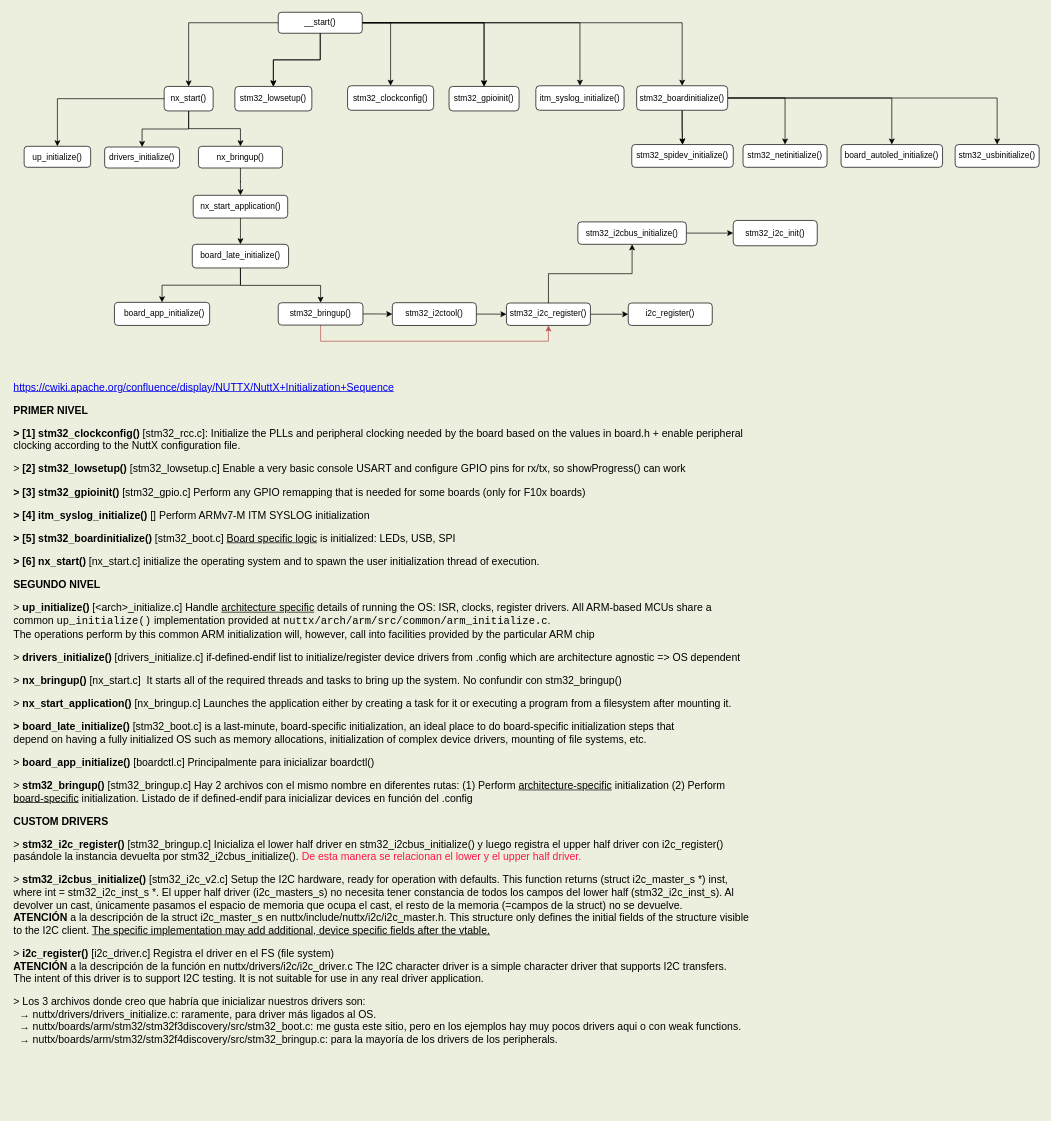
Earlier version of the draw.io diagram page "Initialization Sequence" (6 of 6) of NuttxDriversSchema.drawio (rentzboy/nuttx). Source tidied: cells renumbered, new cells numbered last; positions are measured from the earlier drawing's top-left corner, leaving out a move shared by most shapes. Both pictures are drawn from the tidied source at 70%, with x=0, y=0 at pixel (12, 12).
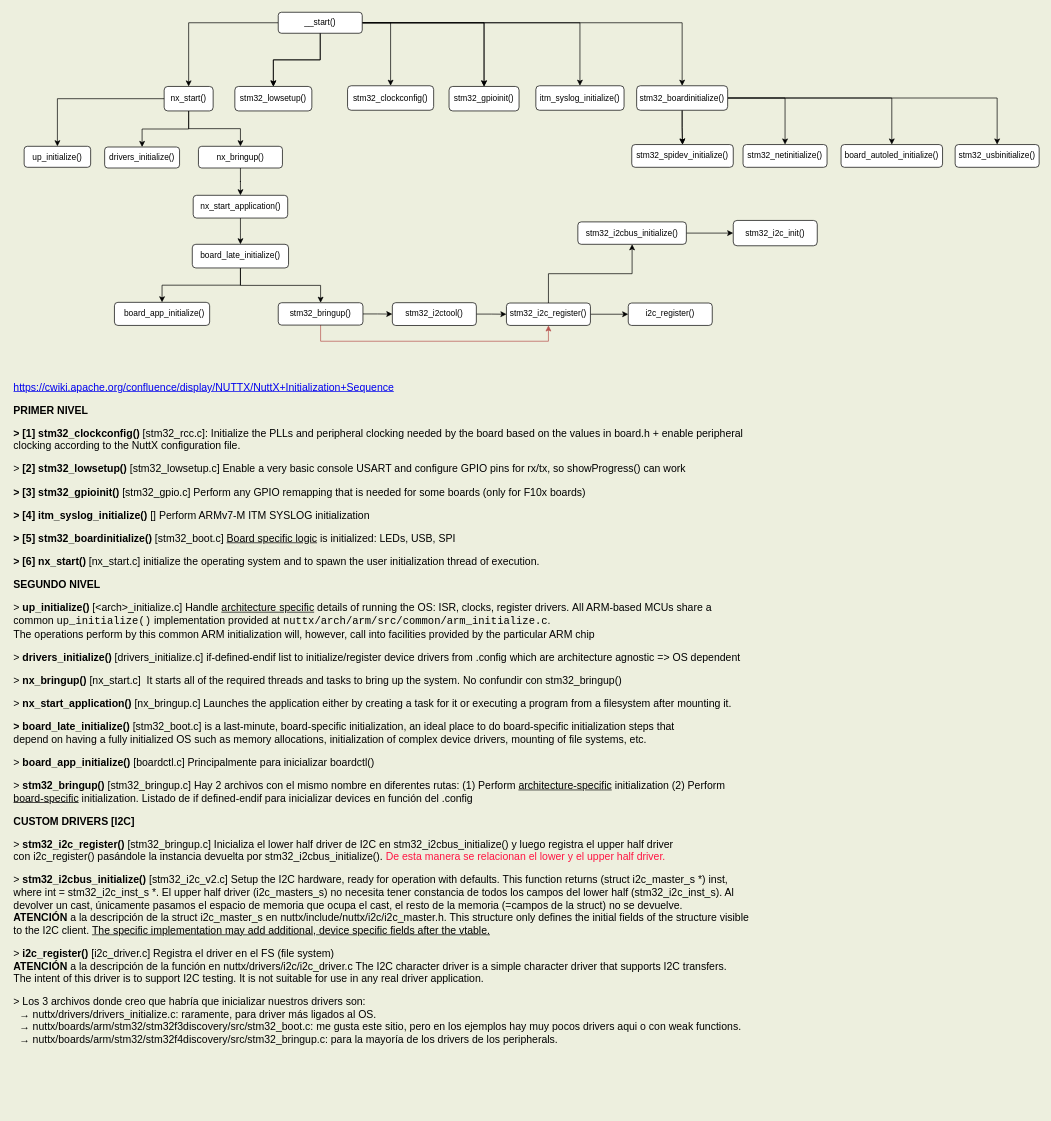
After the change.

The edit, as a diff of the source:
```diff
@@
-    <mxCell id="10" value="&lt;p&gt;&lt;a href=&quot;https://cwiki.apache.org/confluence/display/NUTTX/NuttX+Initialization+Sequence&quot;&gt;https://cwiki.apache.org/confluence/display/NUTTX/NuttX+Initialization+Sequence&lt;/a&gt;&lt;/p&gt;&lt;p&gt;&lt;b&gt;PRIMER NIVEL&lt;/b&gt;&lt;/p&gt;&lt;p&gt;&lt;b&gt;&amp;gt; [1] stm32_clockconfig()&lt;/b&gt;&amp;nbsp;[stm32_rcc.c]:&amp;nbsp;Initialize the PLLs and peripheral clocking needed by the board&amp;nbsp;based on the values in board.h + enable peripheral clocking according to the NuttX configuration file.&lt;/p&gt;&lt;p&gt;&amp;gt; &lt;b&gt;[2]&lt;/b&gt;&amp;nbsp;&lt;b&gt;stm32_lowsetup()&lt;/b&gt; [stm32_lowsetup.c]&amp;nbsp;Enable a very basic console USART and configure GPIO pins for rx/tx, so showProgress() can work&lt;/p&gt;&lt;p&gt;&lt;b&gt;&amp;gt;&lt;/b&gt; &lt;b&gt;[3]&lt;/b&gt;&amp;nbsp;&lt;b&gt;stm32_gpioinit()&lt;/b&gt; [stm32_gpio.c]&amp;nbsp;Perform any GPIO remapping that is needed for some boards (only for F10x boards)&lt;/p&gt;&lt;p&gt;&lt;b&gt;&amp;gt;&lt;/b&gt; &lt;b&gt;[4]&lt;/b&gt;&amp;nbsp;&lt;b&gt;itm_syslog_initialize()&lt;/b&gt; [] Perform ARMv7-M ITM SYSLOG initialization&lt;/p&gt;&lt;p&gt;&lt;b&gt;&amp;gt;&lt;/b&gt; &lt;b&gt;[5]&amp;nbsp;stm32_boardinitialize()&lt;/b&gt; [stm32_boot.c] &lt;u&gt;Board specific logic&lt;/u&gt; is initialized: LEDs, USB, SPI&lt;/p&gt;&lt;p&gt;&lt;b&gt;&amp;gt; [6] nx_start()&lt;/b&gt;&amp;nbsp;[nx_start.c] initialize the operating system and to spawn the user initialization thread of execution.&lt;/p&gt;&lt;p&gt;&lt;b&gt;SEGUNDO NIVEL&lt;/b&gt;&lt;/p&gt;&lt;p&gt;&amp;gt;&amp;nbsp;&lt;b&gt;up_initialize()&lt;/b&gt; [&amp;lt;arch&amp;gt;_initialize.c] Handle &lt;u&gt;architecture specific&lt;/u&gt; details of running the OS: ISR, clocks, register drivers.&amp;nbsp;All ARM-based MCUs share a common &lt;code&gt;up_initialize()&lt;/code&gt; implementation provided at &lt;code&gt;nuttx/arch/arm/src/common/arm_initialize.c&lt;/code&gt;.&lt;br&gt; The operations perform by this common ARM initialization will, however, call into facilities provided by the particular ARM chip&lt;/p&gt;&lt;p&gt;&amp;gt; &lt;b&gt;drivers_initialize()&lt;/b&gt; [drivers_initialize.c] if-defined-endif list to initialize/register device drivers from .config which are architecture agnostic =&amp;gt; OS dependent&lt;/p&gt;&lt;p&gt;&amp;gt;&amp;nbsp;&lt;b&gt;nx_bringup()&lt;/b&gt; [nx_start.c]&amp;nbsp;&amp;nbsp;It starts all of the required threads and tasks to bring up the system. No confundir con stm32_bringup()&lt;/p&gt;&lt;p&gt;&amp;gt;&amp;nbsp;&lt;b&gt;nx_start_application()&lt;/b&gt; [nx_bringup.c] Launches the application either by creating a task for it or executing a program from a filesystem after mounting it.&lt;/p&gt;&lt;p&gt;&lt;b&gt;&amp;gt;&amp;nbsp;board_late_initialize()&lt;/b&gt; [stm32_boot.c]&amp;nbsp;is a last-minute, board-specific initialization,&amp;nbsp;an ideal place to do board-specific initialization steps that &lt;br&gt;depend on having a fully initialized OS such as memory allocations, initialization of complex device drivers, mounting of file systems, etc.&lt;/p&gt;&lt;p&gt;&amp;gt; &lt;b&gt;board_app_initialize()&lt;/b&gt; [boardctl.c] Principalmente para inicializar boardctl()&lt;/p&gt;&lt;p&gt;&amp;gt; &lt;b&gt;stm32_bringup()&lt;/b&gt; [stm32_bringup.c] Hay 2 archivos con el mismo nombre en diferentes rutas: (1) Perform &lt;u&gt;architecture-specific&lt;/u&gt; initialization (2)&amp;nbsp;Perform &lt;u&gt;board-specific&lt;/u&gt; initialization.&amp;nbsp;Listado de if defined-endif para inicializar devices en función del .config&lt;/p&gt;&lt;p&gt;&lt;b&gt;CUSTOM DRIVERS&lt;/b&gt;&lt;/p&gt;&lt;p&gt;&amp;gt; &lt;b&gt;stm32_i2c_register()&lt;/b&gt; [stm32_bringup.c] Inicializa el lower half driver en&amp;nbsp;stm32_i2cbus_initialize() y luego registra el upper half driver con&amp;nbsp;i2c_register() pasándole la instancia devuelta por&amp;nbsp;stm32_i2cbus_initialize(). &lt;span style=&quot;color: rgb(255, 20, 66);&quot;&gt;De esta manera se relacionan el lower y el upper half driver.&lt;/span&gt;&lt;/p&gt;&lt;p&gt;&amp;gt;&amp;nbsp;&lt;b&gt;stm32_i2cbus_initialize()&lt;/b&gt; [stm32_i2c_v2.c] Setup the I2C hardware, ready for operation with defaults. This function returns (struct i2c_master_s *) inst, where int = stm32_i2c_inst_s *. El upper half driver (i2c_masters_s) no necesita tener constancia de todos los campos del lower half (stm32_i2c_inst_s). Al devolver un cast, únicamente pasamos el espacio de memoria que ocupa el cast, el resto de la memoria (=campos de la struct) no se devuelve.&lt;br&gt;&lt;b&gt;ATENCIÓN &lt;/b&gt;a la descripción de la struct i2c_master_s en nuttx/include/nuttx/i2c/i2c_master.h. This structure only defines the initial fields of the structure visible to the I2C client. &lt;u&gt;The specific implementation may add additional, device specific fields after the vtable.&lt;/u&gt;&lt;/p&gt;&lt;p&gt;&amp;gt;&amp;nbsp;&lt;b&gt;i2c_register() &lt;/b&gt;[i2c_driver.c] Registra el driver en el FS (file system)&lt;br&gt;&lt;b&gt;ATENCIÓN &lt;/b&gt;a la descripción de la función en nuttx/drivers/i2c/i2c_driver.c The I2C character driver is a simple character driver that supports I2C transfers.&amp;nbsp;&lt;br&gt;The intent of this driver is to support I2C testing. It is not suitable for use in any real driver application.&lt;/p&gt;&lt;p&gt;&amp;gt; Los 3 archivos donde creo que habría que inicializar nuestros drivers son:&lt;br&gt;&amp;nbsp; → nuttx/drivers/drivers_initialize.c: raramente, para driver más ligados al OS.&lt;br&gt;&amp;nbsp; → nuttx/boards/arm/stm32/stm32f3discovery/src/stm32_boot.c: me gusta este sitio, pero en los ejemplos hay muy pocos drivers aqui o con weak functions.&lt;br&gt;&amp;nbsp; → nuttx/boards/arm/stm32/stm32f4discovery/src/stm32_bringup.c: para la mayoría de los drivers de los peripherals.&lt;/p&gt;&lt;p&gt;&lt;br&gt;&lt;/p&gt;" style="text;html=1;whiteSpace=wrap;overflow=hidden;rounded=0;fontSize=15;" parent="1" vertex="1">
+    <mxCell id="10" value="&lt;p&gt;&lt;a href=&quot;https://cwiki.apache.org/confluence/display/NUTTX/NuttX+Initialization+Sequence&quot;&gt;https://cwiki.apache.org/confluence/display/NUTTX/NuttX+Initialization+Sequence&lt;/a&gt;&lt;/p&gt;&lt;p&gt;&lt;b&gt;PRIMER NIVEL&lt;/b&gt;&lt;/p&gt;&lt;p&gt;&lt;b&gt;&amp;gt; [1] stm32_clockconfig()&lt;/b&gt;&amp;nbsp;[stm32_rcc.c]:&amp;nbsp;Initialize the PLLs and peripheral clocking needed by the board&amp;nbsp;based on the values in board.h + enable peripheral clocking according to the NuttX configuration file.&lt;/p&gt;&lt;p&gt;&amp;gt; &lt;b&gt;[2]&lt;/b&gt;&amp;nbsp;&lt;b&gt;stm32_lowsetup()&lt;/b&gt; [stm32_lowsetup.c]&amp;nbsp;Enable a very basic console USART and configure GPIO pins for rx/tx, so showProgress() can work&lt;/p&gt;&lt;p&gt;&lt;b&gt;&amp;gt;&lt;/b&gt; &lt;b&gt;[3]&lt;/b&gt;&amp;nbsp;&lt;b&gt;stm32_gpioinit()&lt;/b&gt; [stm32_gpio.c]&amp;nbsp;Perform any GPIO remapping that is needed for some boards (only for F10x boards)&lt;/p&gt;&lt;p&gt;&lt;b&gt;&amp;gt;&lt;/b&gt; &lt;b&gt;[4]&lt;/b&gt;&amp;nbsp;&lt;b&gt;itm_syslog_initialize()&lt;/b&gt; [] Perform ARMv7-M ITM SYSLOG initialization&lt;/p&gt;&lt;p&gt;&lt;b&gt;&amp;gt;&lt;/b&gt; &lt;b&gt;[5]&amp;nbsp;stm32_boardinitialize()&lt;/b&gt; [stm32_boot.c] &lt;u&gt;Board specific logic&lt;/u&gt; is initialized: LEDs, USB, SPI&lt;/p&gt;&lt;p&gt;&lt;b&gt;&amp;gt; [6] nx_start()&lt;/b&gt;&amp;nbsp;[nx_start.c] initialize the operating system and to spawn the user initialization thread of execution.&lt;/p&gt;&lt;p&gt;&lt;b&gt;SEGUNDO NIVEL&lt;/b&gt;&lt;/p&gt;&lt;p&gt;&amp;gt;&amp;nbsp;&lt;b&gt;up_initialize()&lt;/b&gt; [&amp;lt;arch&amp;gt;_initialize.c] Handle &lt;u&gt;architecture specific&lt;/u&gt; details of running the OS: ISR, clocks, register drivers.&amp;nbsp;All ARM-based MCUs share a common &lt;code&gt;up_initialize()&lt;/code&gt; implementation provided at &lt;code&gt;nuttx/arch/arm/src/common/arm_initialize.c&lt;/code&gt;.&lt;br&gt; The operations perform by this common ARM initialization will, however, call into facilities provided by the particular ARM chip&lt;/p&gt;&lt;p&gt;&amp;gt; &lt;b&gt;drivers_initialize()&lt;/b&gt; [drivers_initialize.c] if-defined-endif list to initialize/register device drivers from .config which are architecture agnostic =&amp;gt; OS dependent&lt;/p&gt;&lt;p&gt;&amp;gt;&amp;nbsp;&lt;b&gt;nx_bringup()&lt;/b&gt; [nx_start.c]&amp;nbsp;&amp;nbsp;It starts all of the required threads and tasks to bring up the system. No confundir con stm32_bringup()&lt;/p&gt;&lt;p&gt;&amp;gt;&amp;nbsp;&lt;b&gt;nx_start_application()&lt;/b&gt; [nx_bringup.c] Launches the application either by creating a task for it or executing a program from a filesystem after mounting it.&lt;/p&gt;&lt;p&gt;&lt;b&gt;&amp;gt;&amp;nbsp;board_late_initialize()&lt;/b&gt; [stm32_boot.c]&amp;nbsp;is a last-minute, board-specific initialization,&amp;nbsp;an ideal place to do board-specific initialization steps that &lt;br&gt;depend on having a fully initialized OS such as memory allocations, initialization of complex device drivers, mounting of file systems, etc.&lt;/p&gt;&lt;p&gt;&amp;gt; &lt;b&gt;board_app_initialize()&lt;/b&gt; [boardctl.c] Principalmente para inicializar boardctl()&lt;/p&gt;&lt;p&gt;&amp;gt; &lt;b&gt;stm32_bringup()&lt;/b&gt; [stm32_bringup.c] Hay 2 archivos con el mismo nombre en diferentes rutas: (1) Perform &lt;u&gt;architecture-specific&lt;/u&gt; initialization (2)&amp;nbsp;Perform &lt;u&gt;board-specific&lt;/u&gt; initialization.&amp;nbsp;Listado de if defined-endif para inicializar devices en función del .config&lt;/p&gt;&lt;p&gt;&lt;b&gt;CUSTOM DRIVERS [I2C]&lt;/b&gt;&lt;/p&gt;&lt;p&gt;&amp;gt; &lt;b&gt;stm32_i2c_register()&lt;/b&gt; [stm32_bringup.c] Inicializa el lower half driver de I2C en&amp;nbsp;stm32_i2cbus_initialize() y luego registra el upper half driver con&amp;nbsp;i2c_register() pasándole la instancia devuelta por&amp;nbsp;stm32_i2cbus_initialize(). &lt;span style=&quot;color: rgb(255, 20, 66);&quot;&gt;De esta manera se relacionan el lower y el upper half driver.&lt;/span&gt;&lt;/p&gt;&lt;p&gt;&amp;gt;&amp;nbsp;&lt;b&gt;stm32_i2cbus_initialize()&lt;/b&gt; [stm32_i2c_v2.c] Setup the I2C hardware, ready for operation with defaults. This function returns (struct i2c_master_s *) inst, where int = stm32_i2c_inst_s *. El upper half driver (i2c_masters_s) no necesita tener constancia de todos los campos del lower half (stm32_i2c_inst_s). Al devolver un cast, únicamente pasamos el espacio de memoria que ocupa el cast, el resto de la memoria (=campos de la struct) no se devuelve.&lt;br&gt;&lt;b&gt;ATENCIÓN &lt;/b&gt;a la descripción de la struct i2c_master_s en nuttx/include/nuttx/i2c/i2c_master.h. This structure only defines the initial fields of the structure visible to the I2C client. &lt;u&gt;The specific implementation may add additional, device specific fields after the vtable.&lt;/u&gt;&lt;/p&gt;&lt;p&gt;&amp;gt;&amp;nbsp;&lt;b&gt;i2c_register() &lt;/b&gt;[i2c_driver.c] Registra el driver en el FS (file system)&lt;br&gt;&lt;b&gt;ATENCIÓN &lt;/b&gt;a la descripción de la función en nuttx/drivers/i2c/i2c_driver.c The I2C character driver is a simple character driver that supports I2C transfers.&amp;nbsp;&lt;br&gt;The intent of this driver is to support I2C testing. It is not suitable for use in any real driver application.&lt;/p&gt;&lt;p&gt;&amp;gt; Los 3 archivos donde creo que habría que inicializar nuestros drivers son:&lt;br&gt;&amp;nbsp; → nuttx/drivers/drivers_initialize.c: raramente, para driver más ligados al OS.&lt;br&gt;&amp;nbsp; → nuttx/boards/arm/stm32/stm32f3discovery/src/stm32_boot.c: me gusta este sitio, pero en los ejemplos hay muy pocos drivers aqui o con weak functions.&lt;br&gt;&amp;nbsp; → nuttx/boards/arm/stm32/stm32f4discovery/src/stm32_bringup.c: para la mayoría de los drivers de los peripherals.&lt;/p&gt;&lt;p&gt;&lt;br&gt;&lt;/p&gt;" style="text;html=1;whiteSpace=wrap;overflow=hidden;rounded=0;fontSize=15;" parent="1" vertex="1">
       <mxGeometry y="505" width="1053" height="1058" as="geometry" />
     </mxCell>
```
